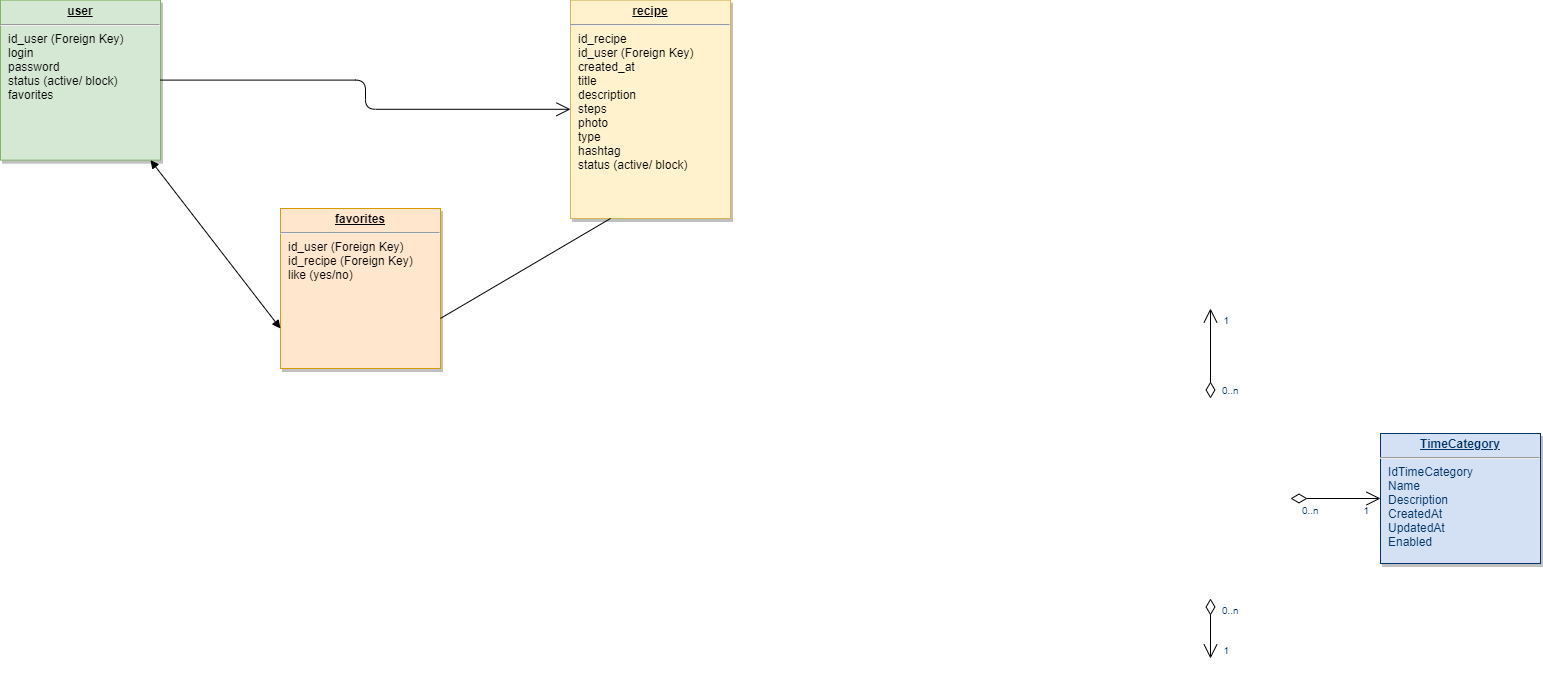
This is files/Database schema.drawio.png from uzhegovaelena/recipes-project, a draw.io export, as it was before one commit. Source tidied: cells renumbered, new cells last; positions are measured from the earlier drawing's top-left corner, leaving out a move shared by most shapes.
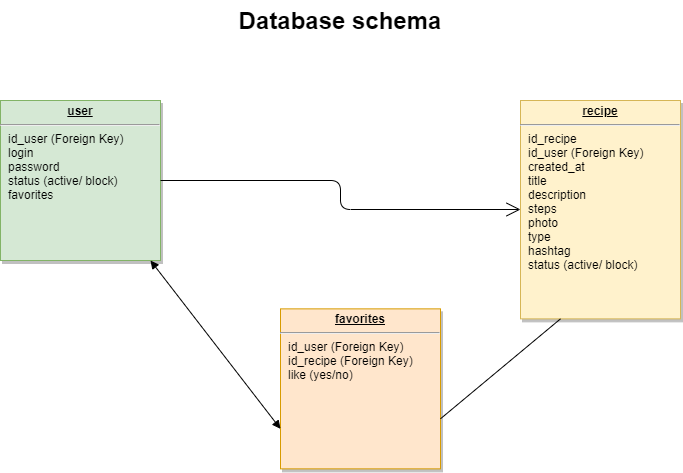
Above is the later version.

What changed in the source:
```diff
@@ -3,63 +3,15 @@
     <mxCell id="0" />
     <mxCell id="1" parent="0" />
     <mxCell id="2" value="&lt;p style=&quot;margin: 0px ; margin-top: 4px ; text-align: center ; text-decoration: underline&quot;&gt;&lt;strong&gt;recipe&lt;/strong&gt;&lt;br&gt;&lt;/p&gt;&lt;hr&gt;&lt;p style=&quot;margin: 0px ; margin-left: 8px&quot;&gt;id_recipe&lt;/p&gt;&lt;p style=&quot;margin: 0px ; margin-left: 8px&quot;&gt;id_user (Foreign Key)&lt;/p&gt;&lt;p style=&quot;margin: 0px ; margin-left: 8px&quot;&gt;created_at&lt;/p&gt;&lt;p style=&quot;margin: 0px ; margin-left: 8px&quot;&gt;title&lt;/p&gt;&lt;p style=&quot;margin: 0px ; margin-left: 8px&quot;&gt;description&lt;/p&gt;&lt;p style=&quot;margin: 0px ; margin-left: 8px&quot;&gt;steps&lt;/p&gt;&lt;p style=&quot;margin: 0px ; margin-left: 8px&quot;&gt;photo&lt;/p&gt;&lt;p style=&quot;margin: 0px ; margin-left: 8px&quot;&gt;type&lt;/p&gt;&lt;p style=&quot;margin: 0px ; margin-left: 8px&quot;&gt;&lt;span&gt;hashtag&lt;/span&gt;&lt;br&gt;&lt;/p&gt;&lt;p style=&quot;margin: 0px ; margin-left: 8px&quot;&gt;status (active/ block)&lt;/p&gt;" style="verticalAlign=top;align=left;overflow=fill;fontSize=12;fontFamily=Helvetica;html=1;strokeColor=#d6b656;shadow=1;fillColor=#fff2cc;" parent="1" vertex="1">
-      <mxGeometry x="570" y="-0.4" width="160" height="218.4" as="geometry" />
+      <mxGeometry x="520" y="-0.4" width="160" height="218.4" as="geometry" />
     </mxCell>
     <mxCell id="3" value="&lt;p style=&quot;margin: 0px ; margin-top: 4px ; text-align: center ; text-decoration: underline&quot;&gt;&lt;b&gt;user&lt;/b&gt;&lt;/p&gt;&lt;hr&gt;&lt;p style=&quot;margin: 0px ; margin-left: 8px&quot;&gt;id_user (Foreign Key)&lt;/p&gt;&lt;p style=&quot;margin: 0px ; margin-left: 8px&quot;&gt;login&lt;/p&gt;&lt;p style=&quot;margin: 0px ; margin-left: 8px&quot;&gt;password&lt;/p&gt;&lt;p style=&quot;margin: 0px ; margin-left: 8px&quot;&gt;status (active/ block)&lt;/p&gt;&lt;p style=&quot;margin: 0px ; margin-left: 8px&quot;&gt;favorites&lt;/p&gt;" style="verticalAlign=top;align=left;overflow=fill;fontSize=12;fontFamily=Helvetica;html=1;shadow=1;fillColor=#d5e8d4;strokeColor=#82b366;" parent="1" vertex="1">
       <mxGeometry y="-0.4" width="160" height="160" as="geometry" />
     </mxCell>
-    <mxCell id="4" value="&lt;p style=&quot;margin: 0px; margin-top: 4px; text-align: center; text-decoration: underline;&quot;&gt;&lt;strong&gt;TimeCategory&lt;/strong&gt;&lt;/p&gt;&lt;hr /&gt;&lt;p style=&quot;margin: 0px; margin-left: 8px;&quot;&gt;IdTimeCategory&lt;/p&gt;&lt;p style=&quot;margin: 0px; margin-left: 8px;&quot;&gt;Name&lt;/p&gt;&lt;p style=&quot;margin: 0px; margin-left: 8px;&quot;&gt;Description&lt;/p&gt;&lt;p style=&quot;margin: 0px; margin-left: 8px;&quot;&gt;CreatedAt&lt;/p&gt;&lt;p style=&quot;margin: 0px; margin-left: 8px;&quot;&gt;UpdatedAt&lt;/p&gt;&lt;p style=&quot;margin: 0px; margin-left: 8px;&quot;&gt;Enabled&lt;/p&gt;" style="verticalAlign=top;align=left;overflow=fill;fontSize=12;fontFamily=Helvetica;html=1;strokeColor=#003366;shadow=1;fillColor=#D4E1F5;fontColor=#003366;" parent="1" vertex="1">
-      <mxGeometry x="1380" y="433" width="160" height="130" as="geometry" />
-    </mxCell>
-    <mxCell id="5" style="endArrow=open;endSize=12;startArrow=diamondThin;startSize=14;startFill=0;edgeStyle=orthogonalEdgeStyle;" parent="1" edge="1">
-      <mxGeometry x="1269.4" y="180" as="geometry">
-        <mxPoint x="1210" y="598" as="sourcePoint" />
-        <mxPoint x="1210" y="658" as="targetPoint" />
-      </mxGeometry>
-    </mxCell>
-    <mxCell id="6" value="0..n" style="align=left;verticalAlign=top;labelBackgroundColor=#ffffff;fontSize=10;strokeColor=#003366;shadow=1;fillColor=#D4E1F5;fontColor=#003366;" parent="5" vertex="1">
-      <mxGeometry x="-1" relative="1" as="geometry">
-        <mxPoint x="10" as="offset" />
-      </mxGeometry>
-    </mxCell>
-    <mxCell id="7" value="1" style="align=right;verticalAlign=top;labelBackgroundColor=#ffffff;fontSize=10;strokeColor=#003366;shadow=1;fillColor=#D4E1F5;fontColor=#003366;" parent="5" vertex="1">
-      <mxGeometry x="1" relative="1" as="geometry">
-        <mxPoint x="20" y="-20" as="offset" />
-      </mxGeometry>
-    </mxCell>
-    <mxCell id="8" style="endArrow=open;endSize=12;startArrow=diamondThin;startSize=14;startFill=0;edgeStyle=orthogonalEdgeStyle;" parent="1" edge="1" target="4">
-      <mxGeometry x="1309.4" y="540" as="geometry">
-        <mxPoint x="1290" y="498" as="sourcePoint" />
-      </mxGeometry>
-    </mxCell>
-    <mxCell id="9" value="0..n" style="align=left;verticalAlign=top;labelBackgroundColor=#ffffff;fontSize=10;strokeColor=#003366;shadow=1;fillColor=#D4E1F5;fontColor=#003366;" parent="8" vertex="1">
-      <mxGeometry x="-1" relative="1" as="geometry">
-        <mxPoint x="10" as="offset" />
-      </mxGeometry>
-    </mxCell>
-    <mxCell id="10" value="1" style="align=right;verticalAlign=top;labelBackgroundColor=#ffffff;fontSize=10;strokeColor=#003366;shadow=1;fillColor=#D4E1F5;fontColor=#003366;" parent="8" vertex="1">
-      <mxGeometry x="1" relative="1" as="geometry">
-        <mxPoint x="-10" as="offset" />
-      </mxGeometry>
-    </mxCell>
-    <mxCell id="11" style="endArrow=open;endSize=12;startArrow=diamondThin;startSize=14;startFill=0;edgeStyle=orthogonalEdgeStyle;" parent="1" edge="1">
-      <mxGeometry x="1119.4" y="540" as="geometry">
-        <mxPoint x="1210" y="398" as="sourcePoint" />
-        <mxPoint x="1210" y="308" as="targetPoint" />
-      </mxGeometry>
-    </mxCell>
-    <mxCell id="12" value="0..n" style="align=left;verticalAlign=top;labelBackgroundColor=#ffffff;fontSize=10;strokeColor=#003366;shadow=1;fillColor=#D4E1F5;fontColor=#003366;" parent="11" vertex="1">
-      <mxGeometry x="-1" relative="1" as="geometry">
-        <mxPoint x="10" y="-20" as="offset" />
-      </mxGeometry>
-    </mxCell>
-    <mxCell id="13" value="1" style="align=right;verticalAlign=top;labelBackgroundColor=#ffffff;fontSize=10;strokeColor=#003366;shadow=1;fillColor=#D4E1F5;fontColor=#003366;" parent="11" vertex="1">
-      <mxGeometry x="1" relative="1" as="geometry">
-        <mxPoint x="20" as="offset" />
-      </mxGeometry>
-    </mxCell>
-    <mxCell id="14" style="endArrow=open;endSize=12;startArrow=none;startSize=14;startFill=0;edgeStyle=orthogonalEdgeStyle;" parent="1" edge="1" source="3" target="2">
-      <mxGeometry x="620" y="340" as="geometry" />
+    <mxCell id="14" style="endArrow=open;endSize=12;startArrow=none;startSize=14;startFill=0;edgeStyle=orthogonalEdgeStyle;" parent="1" edge="1" source="3">
+      <mxGeometry x="653" y="458.4" as="geometry">
+        <mxPoint x="520" y="108.6" as="targetPoint" />
+      </mxGeometry>
     </mxCell>
     <mxCell id="15" value="&lt;p style=&quot;margin: 0px ; margin-top: 4px ; text-align: center ; text-decoration: underline&quot;&gt;&lt;b&gt;favorites&lt;/b&gt;&lt;/p&gt;&lt;hr&gt;&lt;p style=&quot;margin: 0px ; margin-left: 8px&quot;&gt;id_user (Foreign Key)&lt;/p&gt;&lt;p style=&quot;margin: 0px ; margin-left: 8px&quot;&gt;id_recipe&amp;nbsp;(Foreign Key)&amp;nbsp;&lt;/p&gt;&lt;p style=&quot;margin: 0px ; margin-left: 8px&quot;&gt;like (yes/no)&lt;/p&gt;&lt;p style=&quot;margin: 0px ; margin-left: 8px&quot;&gt;&lt;br&gt;&lt;/p&gt;" style="verticalAlign=top;align=left;overflow=fill;fontSize=12;fontFamily=Helvetica;html=1;shadow=1;fillColor=#ffe6cc;strokeColor=#d79b00;" parent="1" vertex="1">
       <mxGeometry x="280" y="208" width="160" height="160" as="geometry" />
@@ -72,5 +24,8 @@
     <mxCell id="17" style="endArrow=none;html=1;entryX=0.25;entryY=1;entryDx=0;entryDy=0;exitX=1;exitY=0.687;exitDx=0;exitDy=0;exitPerimeter=0;" parent="1" edge="1" source="15" target="2">
       <mxGeometry relative="1" as="geometry" />
     </mxCell>
+    <mxCell id="18" value="Database schema" style="text;html=1;strokeColor=none;fillColor=none;align=center;verticalAlign=middle;whiteSpace=wrap;rounded=0;fontSize=24;fontStyle=1;" parent="1" vertex="1">
+      <mxGeometry x="215" y="-100.4" width="250" height="40" as="geometry" />
+    </mxCell>
   </root>
 </mxGraphModel>
```
